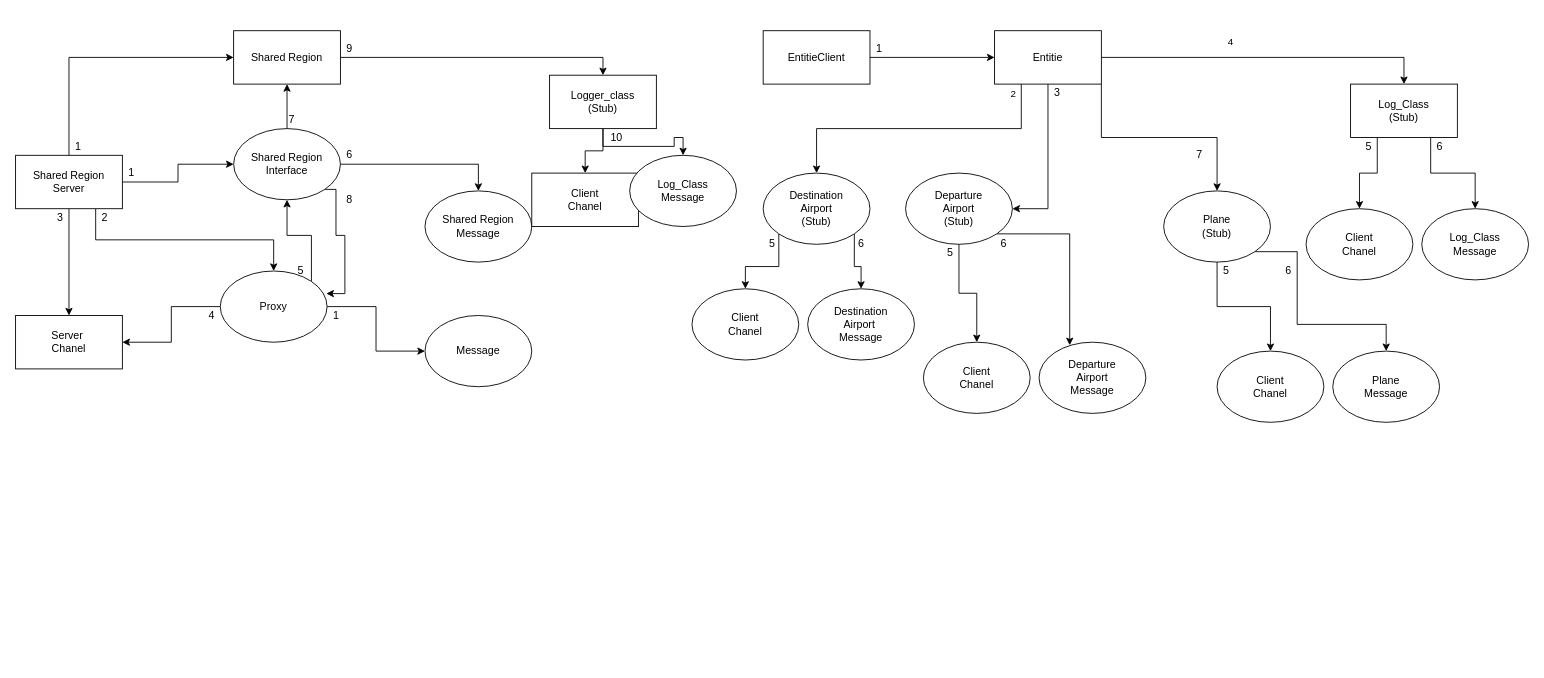
DiogoFernandes77/SD-P2 keeps this draw.io diagram as newDiagram.drawio. Above is the earlier version. Source tidied: cells renumbered, new cells numbered last; positions are measured from the earlier drawing's top-left corner, leaving out a move shared by most shapes. Both pictures are drawn from the tidied source at 89%, with x=0, y=0 at pixel (15, 30).
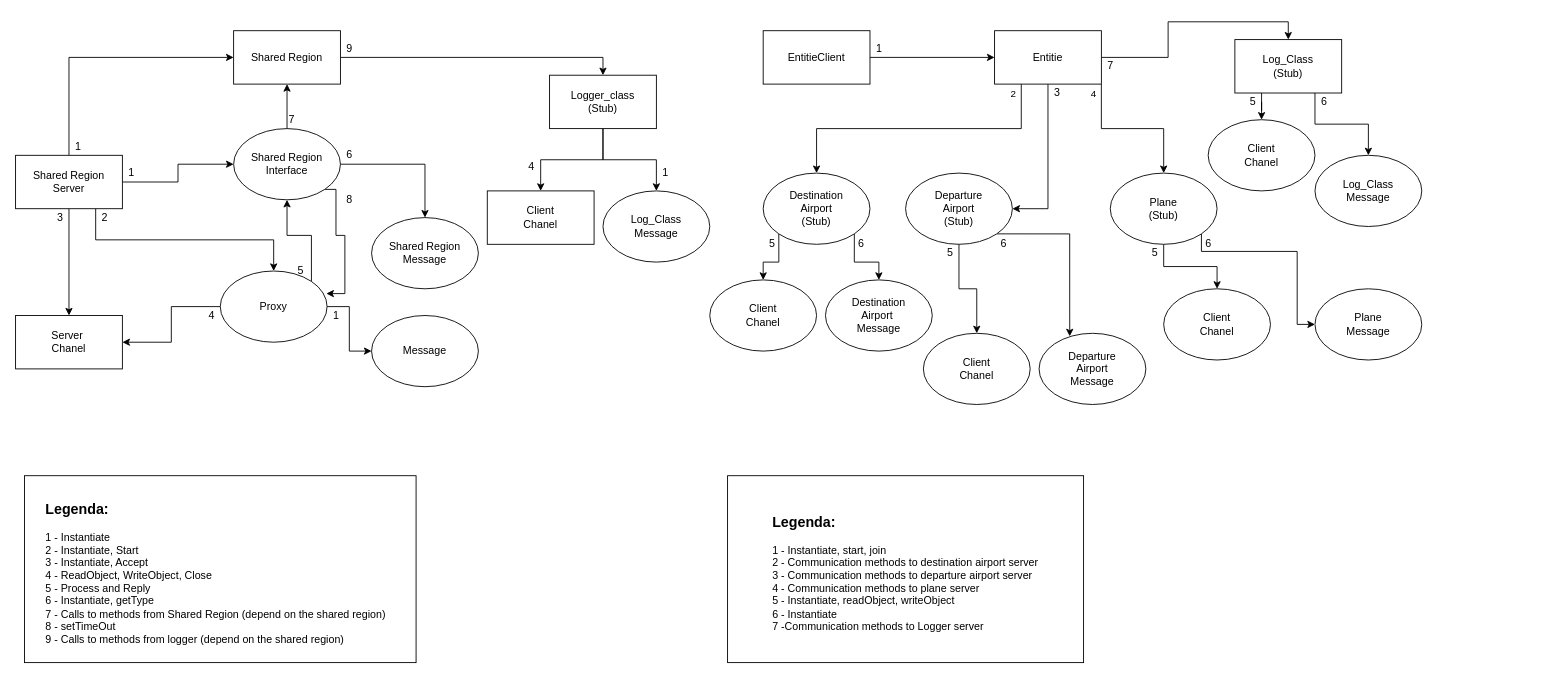
Above is the later version.

Unchanged cells that the change refers to:
```xml
<mxCell id="38" style="edgeStyle=orthogonalEdgeStyle;rounded=0;jettySize=auto;html=1;exitX=1;exitY=0.5;exitDx=0;exitDy=0;entryX=0.5;entryY=0;entryDx=0;entryDy=0;" parent="1" edge="1" source="44" target="53">
  <mxGeometry relative="1" as="geometry" />
</mxCell>
```

The edit, as a diff of the source:
```diff
@@
     <mxCell id="15" value="Message" style="ellipse;whiteSpace=wrap;html=1;" parent="1" vertex="1">
-      <mxGeometry x="460" y="320" width="120" height="80" as="geometry" />
+      <mxGeometry x="400" y="320" width="120" height="80" as="geometry" />
     </mxCell>
     <mxCell id="16" value="Shared Region&lt;br&gt;Message" style="ellipse;whiteSpace=wrap;html=1;" parent="1" vertex="1">
-      <mxGeometry x="460" y="180" width="120" height="80" as="geometry" />
+      <mxGeometry x="400" y="210" width="120" height="80" as="geometry" />
     </mxCell>
     <mxCell id="17" value="Client&lt;br&gt;Chanel" style="rounded=0;whiteSpace=wrap;html=1;" parent="1" vertex="1">
-      <mxGeometry x="580" y="160" width="120" height="60" as="geometry" />
+      <mxGeometry x="530" y="180" width="120" height="60" as="geometry" />
     </mxCell>
@@
-    <mxCell id="35" value="10" style="text;html=1;align=center;verticalAlign=middle;strokeColor=none;" parent="1" vertex="1">
-      <mxGeometry x="660" y="110" width="30" height="20" as="geometry" />
-    </mxCell>
@@
     <mxCell id="39" value="4" style="edgeLabel;html=1;align=center;verticalAlign=middle;" parent="38" vertex="1">
       <mxGeometry x="0.34" y="4" relative="1" as="geometry">
-        <mxPoint x="-104" y="-14" as="offset" />
+        <mxPoint x="-151" y="84" as="offset" />
       </mxGeometry>
     </mxCell>
@@
     <mxCell id="53" value="Log_Class&lt;br&gt;(Stub)" style="rounded=0;whiteSpace=wrap;html=1;" parent="1" vertex="1">
-      <mxGeometry x="1500" y="60" width="120" height="60" as="geometry" />
+      <mxGeometry x="1370" y="10" width="120" height="60" as="geometry" />
     </mxCell>
@@
     <mxCell id="56" value="Client&lt;br&gt;Chanel" style="ellipse;whiteSpace=wrap;html=1;" parent="1" vertex="1">
-      <mxGeometry x="760" y="290" width="120" height="80" as="geometry" />
+      <mxGeometry x="780" y="280" width="120" height="80" as="geometry" />
     </mxCell>
     <mxCell id="57" value="Destination&lt;br&gt;Airport&amp;nbsp;&lt;br&gt;Message" style="ellipse;whiteSpace=wrap;html=1;" parent="1" vertex="1">
-      <mxGeometry x="890" y="290" width="120" height="80" as="geometry" />
+      <mxGeometry x="910" y="280" width="120" height="80" as="geometry" />
     </mxCell>
@@
     <mxCell id="60" value="Log_Class&lt;br&gt;Message" style="ellipse;whiteSpace=wrap;html=1;" parent="1" vertex="1">
-      <mxGeometry x="1580" y="200" width="120" height="80" as="geometry" />
+      <mxGeometry x="1460" y="140" width="120" height="80" as="geometry" />
     </mxCell>
     <mxCell id="61" value="Client&lt;br&gt;Chanel" style="ellipse;whiteSpace=wrap;html=1;" parent="1" vertex="1">
-      <mxGeometry x="1450" y="200" width="120" height="80" as="geometry" />
+      <mxGeometry x="1340" y="100" width="120" height="80" as="geometry" />
     </mxCell>
     <mxCell id="62" value="Departure&lt;br&gt;Airport&lt;br&gt;Message" style="ellipse;whiteSpace=wrap;html=1;" parent="1" vertex="1">
-      <mxGeometry x="1150" y="350" width="120" height="80" as="geometry" />
+      <mxGeometry x="1150" y="340" width="120" height="80" as="geometry" />
     </mxCell>
     <mxCell id="63" value="Client&lt;br&gt;Chanel" style="ellipse;whiteSpace=wrap;html=1;" parent="1" vertex="1">
-      <mxGeometry x="1020" y="350" width="120" height="80" as="geometry" />
+      <mxGeometry x="1020" y="340" width="120" height="80" as="geometry" />
     </mxCell>
@@
     <mxCell id="66" value="5" style="text;html=1;align=center;verticalAlign=middle;strokeColor=none;" parent="1" vertex="1">
-      <mxGeometry x="1510" y="120" width="20" height="20" as="geometry" />
+      <mxGeometry x="1380" y="70" width="20" height="20" as="geometry" />
     </mxCell>
     <mxCell id="67" value="6" style="text;html=1;align=center;verticalAlign=middle;strokeColor=none;" parent="1" vertex="1">
-      <mxGeometry x="1590" y="120" width="20" height="20" as="geometry" />
+      <mxGeometry x="1460" y="70" width="20" height="20" as="geometry" />
     </mxCell>
@@
     <mxCell id="70" value="Plane&lt;br&gt;(Stub)" style="ellipse;whiteSpace=wrap;html=1;" parent="1" vertex="1">
-      <mxGeometry x="1290" y="180" width="120" height="80" as="geometry" />
+      <mxGeometry x="1230" y="160" width="120" height="80" as="geometry" />
     </mxCell>
     <mxCell id="71" value="7" style="text;html=1;align=center;verticalAlign=middle;strokeColor=none;" parent="1" vertex="1">
-      <mxGeometry x="1320" y="130" width="20" height="20" as="geometry" />
+      <mxGeometry x="1220" y="30" width="20" height="20" as="geometry" />
     </mxCell>
     <mxCell id="72" value="Client&lt;br&gt;Chanel" style="ellipse;whiteSpace=wrap;html=1;" parent="1" vertex="1">
-      <mxGeometry x="1350" y="360" width="120" height="80" as="geometry" />
+      <mxGeometry x="1290" y="290" width="120" height="80" as="geometry" />
     </mxCell>
     <mxCell id="73" value="Plane&lt;br&gt;Message" style="ellipse;whiteSpace=wrap;html=1;" parent="1" vertex="1">
-      <mxGeometry x="1480" y="360" width="120" height="80" as="geometry" />
+      <mxGeometry x="1460" y="290" width="120" height="80" as="geometry" />
     </mxCell>
     <mxCell id="74" value="5" style="text;html=1;align=center;verticalAlign=middle;strokeColor=none;" parent="1" vertex="1">
-      <mxGeometry x="1350" y="260" width="20" height="20" as="geometry" />
+      <mxGeometry x="1270" y="240" width="20" height="20" as="geometry" />
     </mxCell>
     <mxCell id="75" value="6" style="text;html=1;align=center;verticalAlign=middle;strokeColor=none;" parent="1" vertex="1">
-      <mxGeometry x="1420" y="260" width="20" height="20" as="geometry" />
+      <mxGeometry x="1330" y="230" width="20" height="20" as="geometry" />
     </mxCell>
     <mxCell id="76" value="Log_Class&lt;br&gt;Message" style="ellipse;whiteSpace=wrap;html=1;" parent="1" vertex="1">
-      <mxGeometry x="690" y="140" width="120" height="80" as="geometry" />
+      <mxGeometry x="660" y="180" width="120" height="80" as="geometry" />
     </mxCell>
+    <mxCell id="77" style="rounded=0;whiteSpace=wrap;html=1;" parent="1" vertex="1">
+      <mxGeometry x="10" y="500" width="440" height="210" as="geometry" />
+    </mxCell>
+    <mxCell id="78" value="&lt;div style=&quot;font-size: 16px&quot; align=&quot;left&quot;&gt;&lt;b&gt;&lt;font style=&quot;font-size: 16px&quot;&gt;Legenda&lt;/font&gt;:&lt;/b&gt;&lt;/div&gt;&lt;div align=&quot;left&quot;&gt;&lt;br&gt;&lt;/div&gt;&lt;div align=&quot;left&quot;&gt;1 - Instantiate&lt;br&gt;&lt;/div&gt;&lt;div align=&quot;left&quot;&gt;2 - Instantiate, Start&lt;/div&gt;&lt;div align=&quot;left&quot;&gt;3 - Instantiate, Accept &lt;br&gt;&lt;/div&gt;&lt;div align=&quot;left&quot;&gt;4 - ReadObject, WriteObject, Close&lt;br&gt;&lt;/div&gt;&lt;div align=&quot;left&quot;&gt;5 - Process and Reply&lt;br&gt;&lt;/div&gt;&lt;div align=&quot;left&quot;&gt;6 - Instantiate, getType &lt;br&gt;&lt;/div&gt;&lt;div align=&quot;left&quot;&gt;7 - Calls to methods from Shared Region (depend on the shared region) &lt;br&gt;&lt;/div&gt;&lt;div align=&quot;left&quot;&gt;8 - setTimeOut&lt;br&gt;&lt;/div&gt;&lt;div align=&quot;left&quot;&gt;9 - Calls to methods from logger (depend on the shared region)&lt;/div&gt;" style="text;html=1;strokeColor=none;fillColor=none;align=center;verticalAlign=middle;whiteSpace=wrap;rounded=0;" parent="1" vertex="1">
+      <mxGeometry x="20" y="510" width="410" height="200" as="geometry" />
+    </mxCell>
+    <mxCell id="79" style="rounded=0;whiteSpace=wrap;html=1;" parent="1" vertex="1">
+      <mxGeometry x="800" y="500" width="400" height="210" as="geometry" />
+    </mxCell>
+    <mxCell id="80" value="&lt;div style=&quot;font-size: 16px&quot; align=&quot;left&quot;&gt;&lt;b&gt;&lt;font style=&quot;font-size: 16px&quot;&gt;Legenda&lt;/font&gt;:&lt;/b&gt;&lt;/div&gt;&lt;div align=&quot;left&quot;&gt;&lt;br&gt;&lt;/div&gt;&lt;div align=&quot;left&quot;&gt;1 - Instantiate, start, join&lt;br&gt;&lt;/div&gt;&lt;div align=&quot;left&quot;&gt;2 - Communication methods to destination airport server&lt;br&gt;&lt;/div&gt;&lt;div align=&quot;left&quot;&gt;3 - Communication methods to departure airport server&lt;br&gt;&lt;/div&gt;&lt;div align=&quot;left&quot;&gt;4 - Communication methods to plane server &lt;br&gt;&lt;/div&gt;&lt;div align=&quot;left&quot;&gt;5 - Instantiate, readObject, writeObject&lt;br&gt;&lt;/div&gt;&lt;div align=&quot;left&quot;&gt;6 - Instantiate&lt;br&gt;&lt;/div&gt;&lt;div align=&quot;left&quot;&gt;7 -Communication methods to Logger server&lt;br&gt;&lt;/div&gt;" style="text;html=1;strokeColor=none;fillColor=none;align=center;verticalAlign=middle;whiteSpace=wrap;rounded=0;" parent="1" vertex="1">
+      <mxGeometry x="810" y="510" width="380" height="200" as="geometry" />
+    </mxCell>
+    <mxCell id="81" value="&lt;div&gt;4&lt;/div&gt;&lt;div&gt;&lt;br&gt;&lt;/div&gt;" style="text;html=1;strokeColor=none;fillColor=none;align=center;verticalAlign=middle;whiteSpace=wrap;rounded=0;" parent="1" vertex="1">
+      <mxGeometry x="560" y="150" width="40" height="20" as="geometry" />
+    </mxCell>
+    <mxCell id="82" value="1" style="text;html=1;align=center;verticalAlign=middle;strokeColor=none;" parent="1" vertex="1">
+      <mxGeometry x="720" y="150" width="20" height="20" as="geometry" />
+    </mxCell>
```
